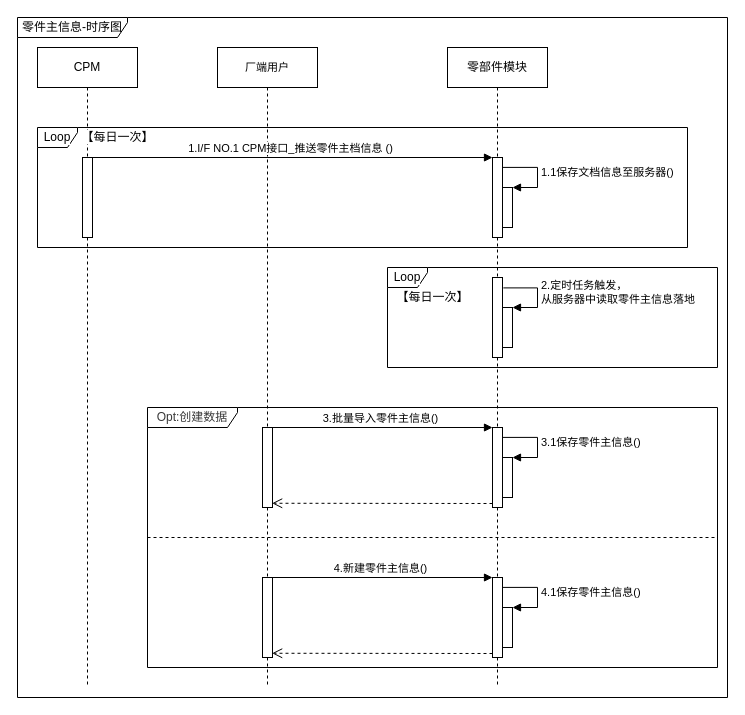
The draw.io diagram page "时序图" (1 of 4) of 零件主信息.drawio in 1132489442/gitRepository1, before the edit. Source tidied: cells renumbered, new cells numbered last; positions are measured from the earlier drawing's top-left corner, leaving out a move shared by most shapes. Both pictures are drawn from the tidied source at 100%, with x=0, y=0 at pixel (17, 17).
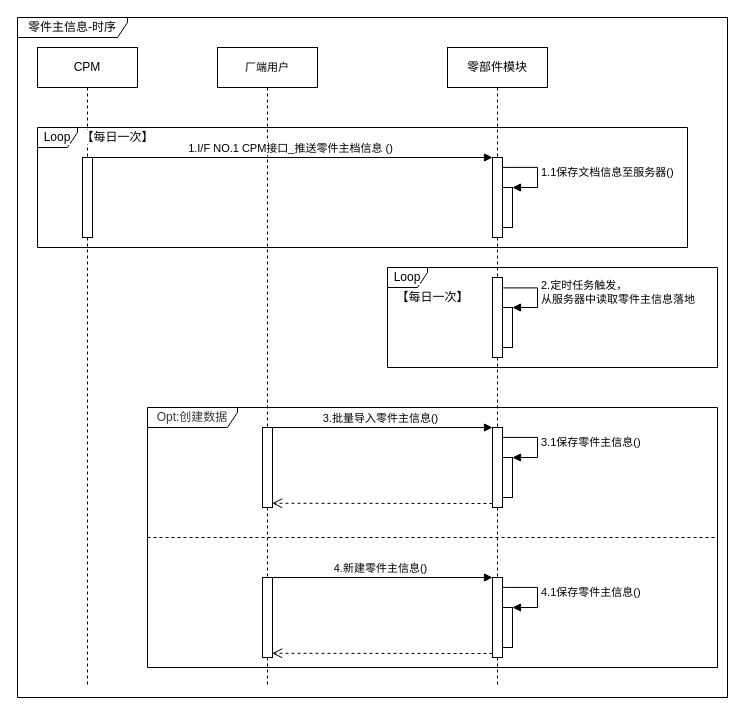
The same page after the edit.

Diff of the diagram source:
```diff
@@
-    <mxCell id="29" value="零件主信息-时序图" style="shape=umlFrame;whiteSpace=wrap;html=1;width=110;height=20;" parent="1" vertex="1">
+    <mxCell id="29" value="零件主信息-时序" style="shape=umlFrame;whiteSpace=wrap;html=1;width=110;height=20;" parent="1" vertex="1">
       <mxGeometry width="710" height="680" as="geometry" />
     </mxCell>
```
